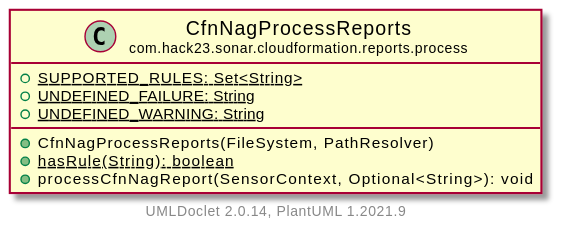
Hack23/sonar-cloudformation-plugin keeps this PlantUML diagram as testapidocs/com/hack23/sonar/cloudformation/reports/process/CfnNagProcessReports.svg. Above is the earlier version.
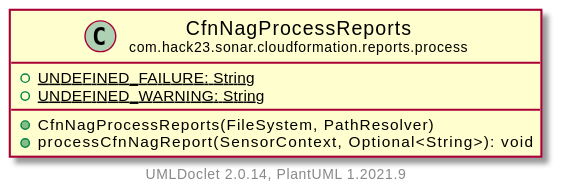
Above is the later version.

Change to the diagram source:
```diff
@@ -4,11 +4,9 @@
     hide empty methods
 
     class "<size:14>CfnNagProcessReports\n<size:10>com.hack23.sonar.cloudformation.reports.process" as com.hack23.sonar.cloudformation.reports.process.CfnNagProcessReports [[CfnNagProcessReports.html]] {
-        {static} +SUPPORTED_RULES: Set<String>
         {static} +UNDEFINED_FAILURE: String
         {static} +UNDEFINED_WARNING: String
         +CfnNagProcessReports(FileSystem, PathResolver)
-        {static} +hasRule(String): boolean
         +processCfnNagReport(SensorContext, Optional<String>): void
     }
 
```
